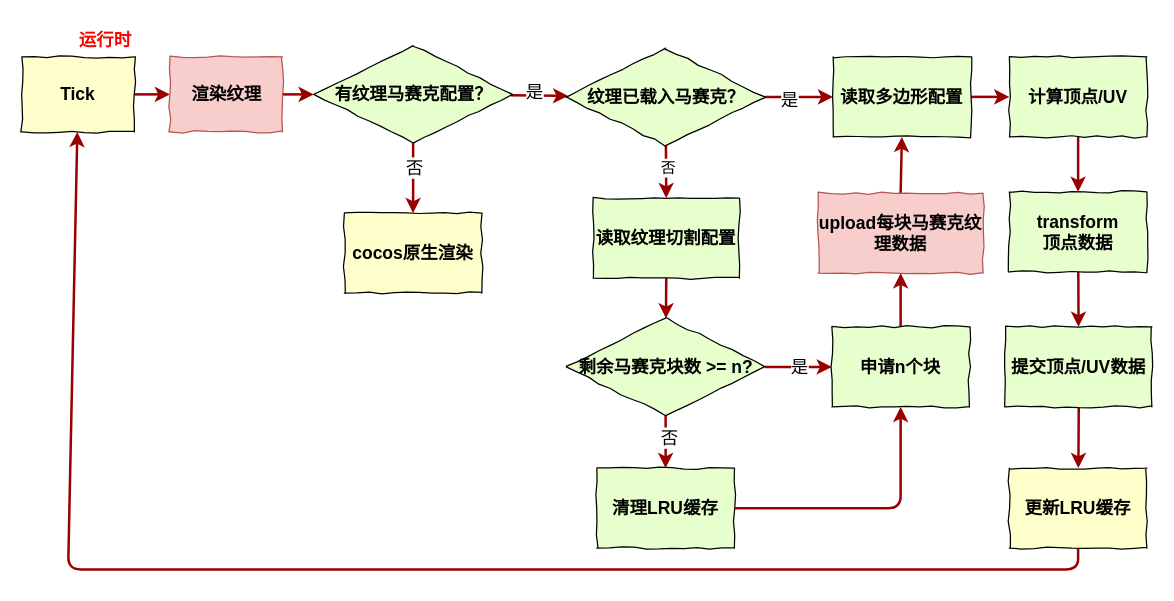
Earlier version of the draw.io diagram Untitled Diagram.drawio (imzoer/imzoer.github.io). Source tidied: cells renumbered, new cells numbered last; positions are measured from the earlier drawing's top-left corner, leaving out a move shared by most shapes. Both pictures are drawn from the tidied source at 125%, with x=0, y=0 at pixel (21, 21).
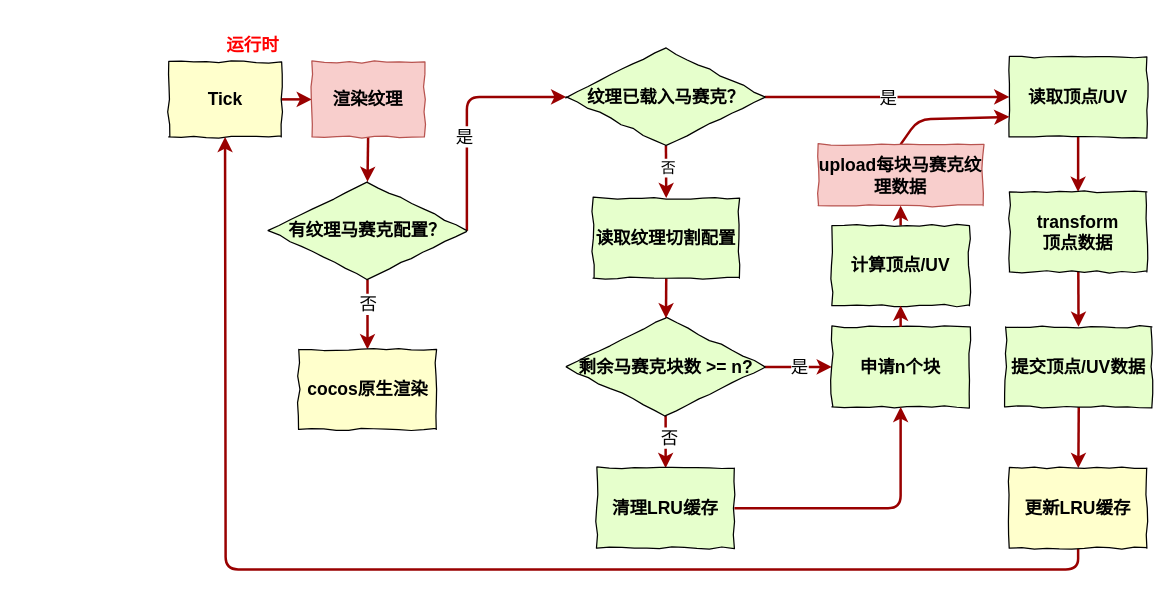
Above is the later version.

Unchanged cells that the change refers to:
```xml
<mxCell id="11" value="纹理已载入马赛克？" style="rhombus;whiteSpace=wrap;html=1;rotation=0;direction=south;fillColor=#E6FFCC;shadow=0;comic=1;fontStyle=1;fontSize=14;" parent="1" vertex="1">
  <mxGeometry x="435.5" y="21" width="159" height="78" as="geometry" />
</mxCell>
<mxCell id="15" value="剩余马赛克块数 &amp;gt;= n?" style="rhombus;whiteSpace=wrap;html=1;rotation=0;direction=south;fillColor=#E6FFCC;shadow=0;comic=1;fontStyle=1;fontSize=14;" parent="1" vertex="1">
  <mxGeometry x="435.5" y="237" width="159" height="78" as="geometry" />
</mxCell>
<mxCell id="28" value="更新LRU缓存" style="rounded=0;whiteSpace=wrap;html=1;shadow=0;comic=1;strokeColor=#000000;strokeWidth=1;fillColor=#ffffff;fontColor=#000000;fillColor=#FFFFCC;comic=1;fontStyle=1;fontSize=14;" parent="1" vertex="1">
  <mxGeometry x="790" y="357" width="110" height="64" as="geometry" />
</mxCell>
<mxCell id="38" value="申请n个块" style="rounded=0;whiteSpace=wrap;html=1;shadow=0;comic=1;strokeColor=#000000;strokeWidth=1;fillColor=#ffffff;fontColor=#000000;fillColor=#E6FFCC;comic=1;fontStyle=1;fontSize=14;" parent="1" vertex="1">
  <mxGeometry x="648" y="244" width="110" height="64" as="geometry" />
</mxCell>
```

The edit, as a diff of the source:
```diff
@@
-    <mxCell id="2" style="edgeStyle=none;jettySize=auto;html=1;exitX=0.5;exitY=0;exitDx=0;exitDy=0;strokeColor=#990000;strokeWidth=2;entryX=0;entryY=0.5;entryDx=0;entryDy=0;comic=0;fontSize=14;" parent="1" edge="1" source="11" target="20">
+    <mxCell id="2" style="edgeStyle=none;jettySize=auto;html=1;exitX=0.5;exitY=0;exitDx=0;exitDy=0;strokeColor=#990000;strokeWidth=2;entryX=0;entryY=0.5;entryDx=0;entryDy=0;comic=0;fontSize=14;" parent="1" edge="1" source="11" target="23">
       <mxGeometry relative="1" as="geometry" />
     </mxCell>
     <mxCell id="3" value="是" style="text;html=1;align=center;verticalAlign=middle;labelBackgroundColor=#ffffff;fontColor=#000000;fontSize=14;" parent="2" vertex="1">
-      <mxGeometry x="-0.31" y="-2" relative="1" as="geometry" />
+      <mxGeometry x="-0.31" y="-2" relative="1" as="geometry">
+        <mxPoint x="31" y="-2" as="offset" />
+      </mxGeometry>
     </mxCell>
-    <mxCell id="4" style="edgeStyle=none;jettySize=auto;html=1;strokeColor=#990000;strokeWidth=2;comic=0;fontSize=14;" parent="1" edge="1" source="8" target="11">
-      <mxGeometry relative="1" as="geometry" />
+    <mxCell id="4" style="edgeStyle=none;jettySize=auto;html=1;strokeColor=#990000;strokeWidth=2;comic=0;fontSize=14;exitX=0.5;exitY=0;exitDx=0;exitDy=0;" parent="1" edge="1" source="8" target="11">
+      <mxGeometry relative="1" as="geometry">
+        <Array as="points">
+          <mxPoint x="356" y="60" />
+        </Array>
+      </mxGeometry>
     </mxCell>
@@
     <mxCell id="8" value="有纹理马赛克配置？" style="rhombus;whiteSpace=wrap;html=1;rotation=0;direction=south;fillColor=#E6FFCC;shadow=0;comic=1;fontStyle=1;fontSize=14;" parent="1" vertex="1">
-      <mxGeometry x="233.5" y="19" width="159" height="78" as="geometry" />
+      <mxGeometry x="197" y="128" width="159" height="78" as="geometry" />
     </mxCell>
@@
     <mxCell id="14" value="是" style="edgeStyle=none;comic=0;jettySize=auto;html=1;exitX=0.5;exitY=0;exitDx=0;exitDy=0;entryX=0;entryY=0.5;entryDx=0;entryDy=0;strokeColor=#990000;strokeWidth=2;fontColor=#000000;fontSize=14;" parent="1" edge="1" source="15" target="38">
-      <mxGeometry relative="1" as="geometry" />
+      <mxGeometry relative="1" as="geometry">
+        <Array as="points">
+          <mxPoint x="617" y="276" />
+        </Array>
+      </mxGeometry>
     </mxCell>
@@
     <mxCell id="17" value="Tick" style="whiteSpace=wrap;align=center;verticalAlign=middle;fontStyle=1;strokeWidth=1;fillColor=#FFFFCC;comic=1;fontSize=14;" parent="1" vertex="1">
-      <mxGeometry y="28" width="90" height="60" as="geometry" />
+      <mxGeometry x="117.5" y="32" width="90" height="60" as="geometry" />
     </mxCell>
     <mxCell id="18" value="运行时" style="text;html=1;comic=1;fontStyle=1;fontColor=#FF0000;fontSize=14;" parent="1" vertex="1">
-      <mxGeometry x="44" width="60" height="30" as="geometry" />
+      <mxGeometry x="161.5" y="4" width="60" height="30" as="geometry" />
     </mxCell>
-    <mxCell id="19" style="edgeStyle=none;jettySize=auto;html=1;strokeColor=#990000;strokeWidth=2;comic=0;fontSize=14;" parent="1" edge="1" source="20" target="23">
-      <mxGeometry relative="1" as="geometry" />
-    </mxCell>
-    <mxCell id="20" value="读取多边形配置&lt;br style=&quot;font-size: 14px;&quot;&gt;" style="rounded=0;whiteSpace=wrap;html=1;shadow=0;comic=1;strokeColor=#000000;strokeWidth=1;fillColor=#ffffff;fontColor=#000000;fillColor=#E6FFCC;comic=1;fontStyle=1;fontSize=14;" parent="1" vertex="1">
-      <mxGeometry x="649" y="28" width="110" height="64" as="geometry" />
-    </mxCell>
@@
-    <mxCell id="23" value="计算顶点/UV" style="rounded=0;whiteSpace=wrap;html=1;shadow=0;comic=1;strokeColor=#000000;strokeWidth=1;fillColor=#ffffff;fontColor=#000000;fillColor=#E6FFCC;comic=1;fontStyle=1;fontSize=14;" parent="1" vertex="1">
+    <mxCell id="23" value="读取顶点/UV" style="rounded=0;whiteSpace=wrap;html=1;shadow=0;comic=1;strokeColor=#000000;strokeWidth=1;fillColor=#ffffff;fontColor=#000000;fillColor=#E6FFCC;comic=1;fontStyle=1;fontSize=14;" parent="1" vertex="1">
       <mxGeometry x="790" y="28" width="110" height="64" as="geometry" />
     </mxCell>
@@
     <mxCell id="27" style="edgeStyle=none;comic=0;jettySize=auto;html=1;exitX=0.5;exitY=1;exitDx=0;exitDy=0;strokeColor=#990000;strokeWidth=2;fontColor=#000000;fontSize=14;" parent="1" edge="1" source="28" target="17">
       <mxGeometry relative="1" as="geometry">
         <Array as="points">
           <mxPoint x="845" y="438" />
-          <mxPoint x="37" y="438" />
+          <mxPoint x="163" y="438" />
         </Array>
       </mxGeometry>
     </mxCell>
@@
-    <mxCell id="31" style="edgeStyle=none;comic=0;jettySize=auto;html=1;exitX=0.5;exitY=0;exitDx=0;exitDy=0;entryX=0.5;entryY=1;entryDx=0;entryDy=0;strokeColor=#990000;strokeWidth=2;fontColor=#000000;fontSize=14;" parent="1" edge="1" source="32" target="20">
-      <mxGeometry relative="1" as="geometry" />
+    <mxCell id="31" style="edgeStyle=none;comic=0;jettySize=auto;html=1;exitX=0.5;exitY=0;exitDx=0;exitDy=0;strokeColor=#990000;strokeWidth=2;fontColor=#000000;fontSize=14;entryX=0;entryY=0.75;entryDx=0;entryDy=0;" parent="1" edge="1" source="32" target="23">
+      <mxGeometry relative="1" as="geometry">
+        <Array as="points">
+          <mxPoint x="717" y="78" />
+        </Array>
+      </mxGeometry>
     </mxCell>
     <mxCell id="32" value="upload每块马赛克纹理数据" style="rounded=0;whiteSpace=wrap;html=1;shadow=0;comic=1;strokeColor=#b85450;strokeWidth=1;fillColor=#E6D0DE;fillColor=#f8cecc;comic=1;fontStyle=1;fontSize=14;" parent="1" vertex="1">
-      <mxGeometry x="637" y="137" width="132" height="64" as="geometry" />
+      <mxGeometry x="637" y="98" width="132" height="49" as="geometry" />
     </mxCell>
-    <mxCell id="33" style="edgeStyle=none;comic=0;jettySize=auto;html=1;exitX=1;exitY=0.5;exitDx=0;exitDy=0;entryX=0.5;entryY=1;entryDx=0;entryDy=0;strokeColor=#990000;strokeWidth=2;fontColor=#000000;fontSize=14;" parent="1" edge="1" source="34" target="8">
+    <mxCell id="33" style="edgeStyle=none;comic=0;jettySize=auto;html=1;exitX=0.5;exitY=1;exitDx=0;exitDy=0;entryX=0;entryY=0.5;entryDx=0;entryDy=0;strokeColor=#990000;strokeWidth=2;fontColor=#000000;fontSize=14;" parent="1" edge="1" source="34" target="8">
       <mxGeometry relative="1" as="geometry" />
     </mxCell>
     <mxCell id="34" value="渲染纹理" style="whiteSpace=wrap;align=center;verticalAlign=middle;fontStyle=1;strokeWidth=1;fillColor=#f8cecc;comic=1;strokeColor=#b85450;fontSize=14;" parent="1" vertex="1">
-      <mxGeometry x="118.5" y="28" width="90" height="60" as="geometry" />
+      <mxGeometry x="232" y="32" width="90" height="60" as="geometry" />
     </mxCell>
     <mxCell id="35" value="cocos原生渲染" style="rounded=0;whiteSpace=wrap;html=1;shadow=0;comic=1;strokeColor=#000000;strokeWidth=1;fillColor=#FFFFCC;fontColor=#000000;fillColor=#FFFFCC;comic=1;fontStyle=1;fontSize=14;" parent="1" vertex="1">
-      <mxGeometry x="258" y="153" width="110" height="64" as="geometry" />
+      <mxGeometry x="221.5" y="262" width="110" height="64" as="geometry" />
     </mxCell>
@@
-    <mxCell id="37" style="edgeStyle=none;comic=0;jettySize=auto;html=1;exitX=0.5;exitY=0;exitDx=0;exitDy=0;entryX=0.5;entryY=1;entryDx=0;entryDy=0;strokeColor=#990000;strokeWidth=2;fontSize=14;fontColor=#000000;" parent="1" edge="1" source="38" target="32">
+    <mxCell id="37" style="edgeStyle=none;comic=0;jettySize=auto;html=1;exitX=0.5;exitY=0;exitDx=0;exitDy=0;entryX=0.5;entryY=1;entryDx=0;entryDy=0;strokeColor=#990000;strokeWidth=2;fontSize=14;fontColor=#000000;" parent="1" edge="1" source="40" target="32">
       <mxGeometry relative="1" as="geometry" />
     </mxCell>
@@
+    <mxCell id="40" value="计算顶点/UV" style="rounded=0;whiteSpace=wrap;html=1;shadow=0;comic=1;strokeColor=#000000;strokeWidth=1;fillColor=#ffffff;fontColor=#000000;fillColor=#E6FFCC;comic=1;fontStyle=1;fontSize=14;" parent="1" vertex="1">
+      <mxGeometry x="648" y="163" width="110" height="64" as="geometry" />
+    </mxCell>
+    <mxCell id="41" style="edgeStyle=none;comic=0;jettySize=auto;html=1;exitX=0.5;exitY=0;exitDx=0;exitDy=0;entryX=0.5;entryY=1;entryDx=0;entryDy=0;strokeColor=#990000;strokeWidth=2;fontSize=14;fontColor=#000000;" parent="1" edge="1" source="38" target="40">
+      <mxGeometry relative="1" as="geometry" />
+    </mxCell>
```
